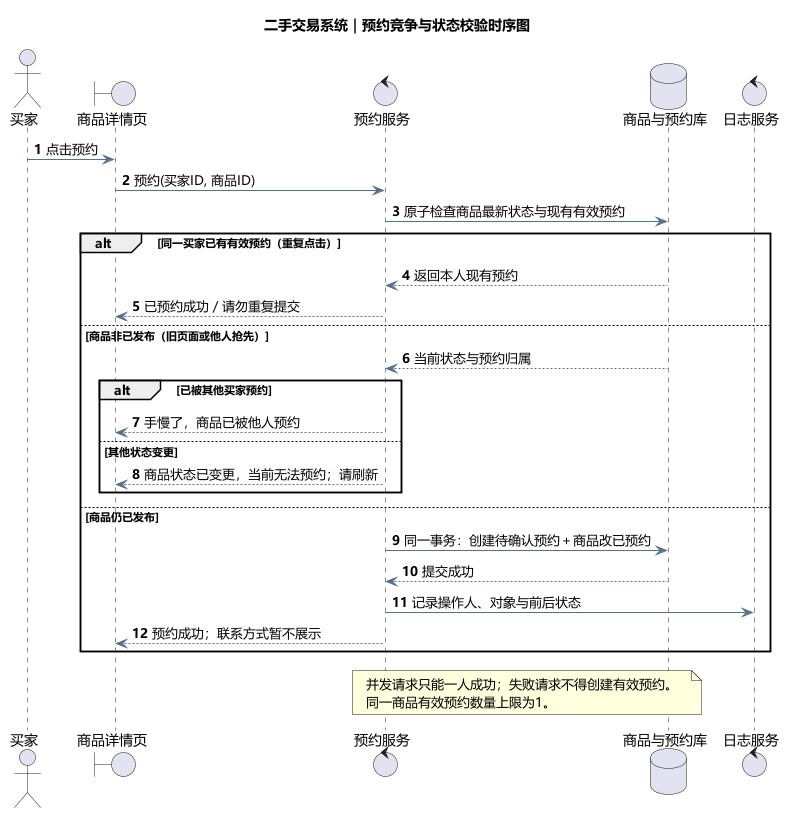
The PlantUML diagram 实验二/UML/UML时序图.png in wxdwxdwxdzxzx/software-engineering-labs, before a commit.
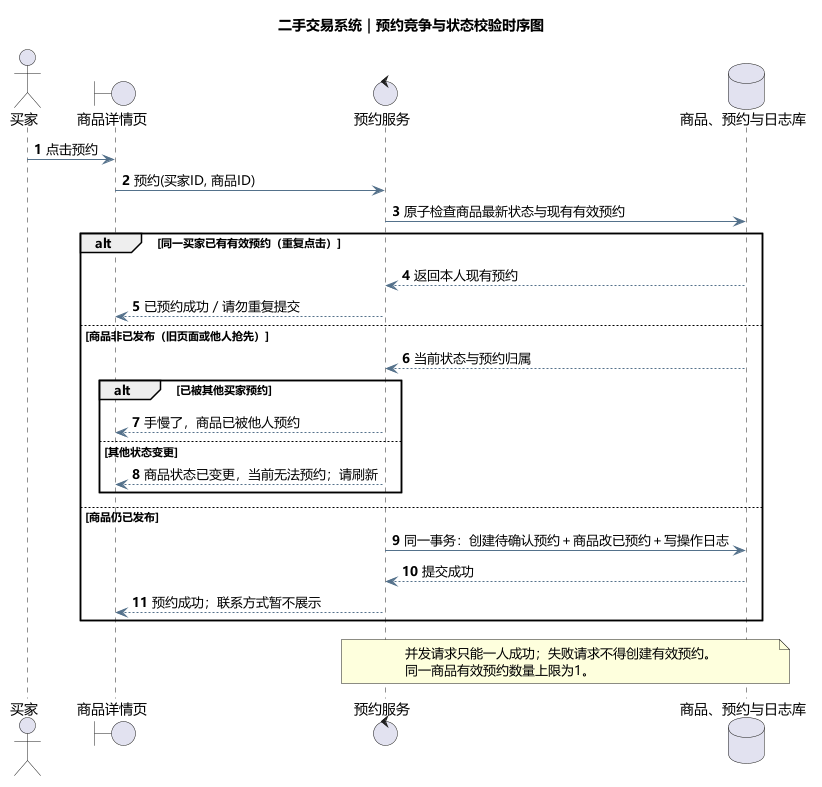
After the commit.

The edit, as a diff of the source:
```diff
@@ -10,8 +10,7 @@
 actor 买家
 boundary 商品详情页 as UI
 control 预约服务 as Service
-database 商品与预约库 as DB
-control 日志服务 as Log
+database "商品、预约与日志库" as DB
 
 买家 -> UI : 点击预约
 UI -> Service : 预约(买家ID, 商品ID)
@@ -27,9 +26,8 @@
     Service --> UI : 商品状态已变更，当前无法预约；请刷新
   end
 else 商品仍已发布
-  Service -> DB : 同一事务：创建待确认预约＋商品改已预约
+  Service -> DB : 同一事务：创建待确认预约＋商品改已预约＋写操作日志
   DB --> Service : 提交成功
-  Service -> Log : 记录操作人、对象与前后状态
   Service --> UI : 预约成功；联系方式暂不展示
 end
 note over Service,DB
```
